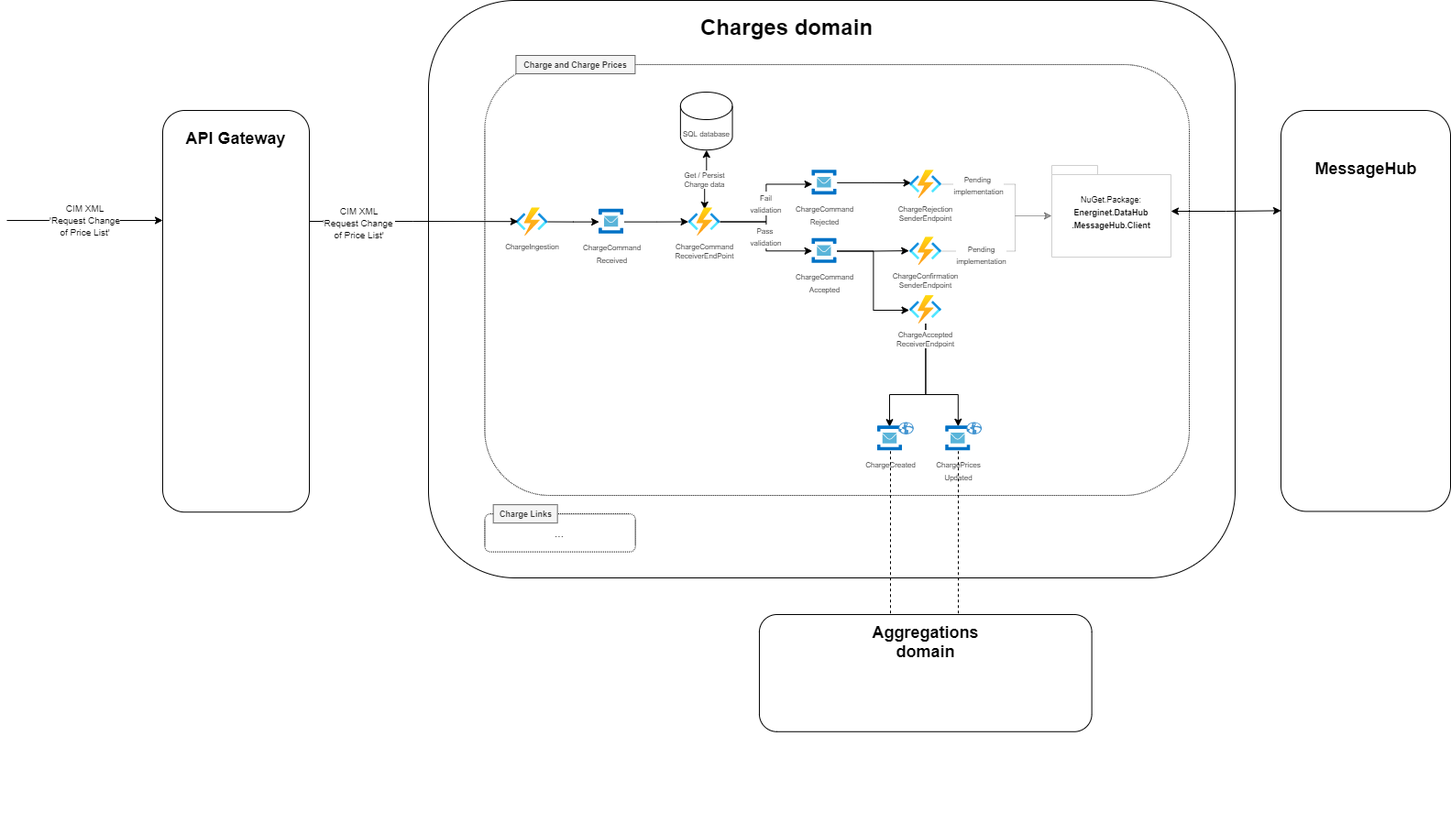
Before: ARCHITECTURE-ChargeAndChargePrices.png, a diagram exported from draw.io (Energinet-DataHub/ARCHIVED-geh-charges). Source tidied: cells renumbered, new cells last; positions are measured from the earlier drawing's top-left corner, leaving out a move shared by most shapes.
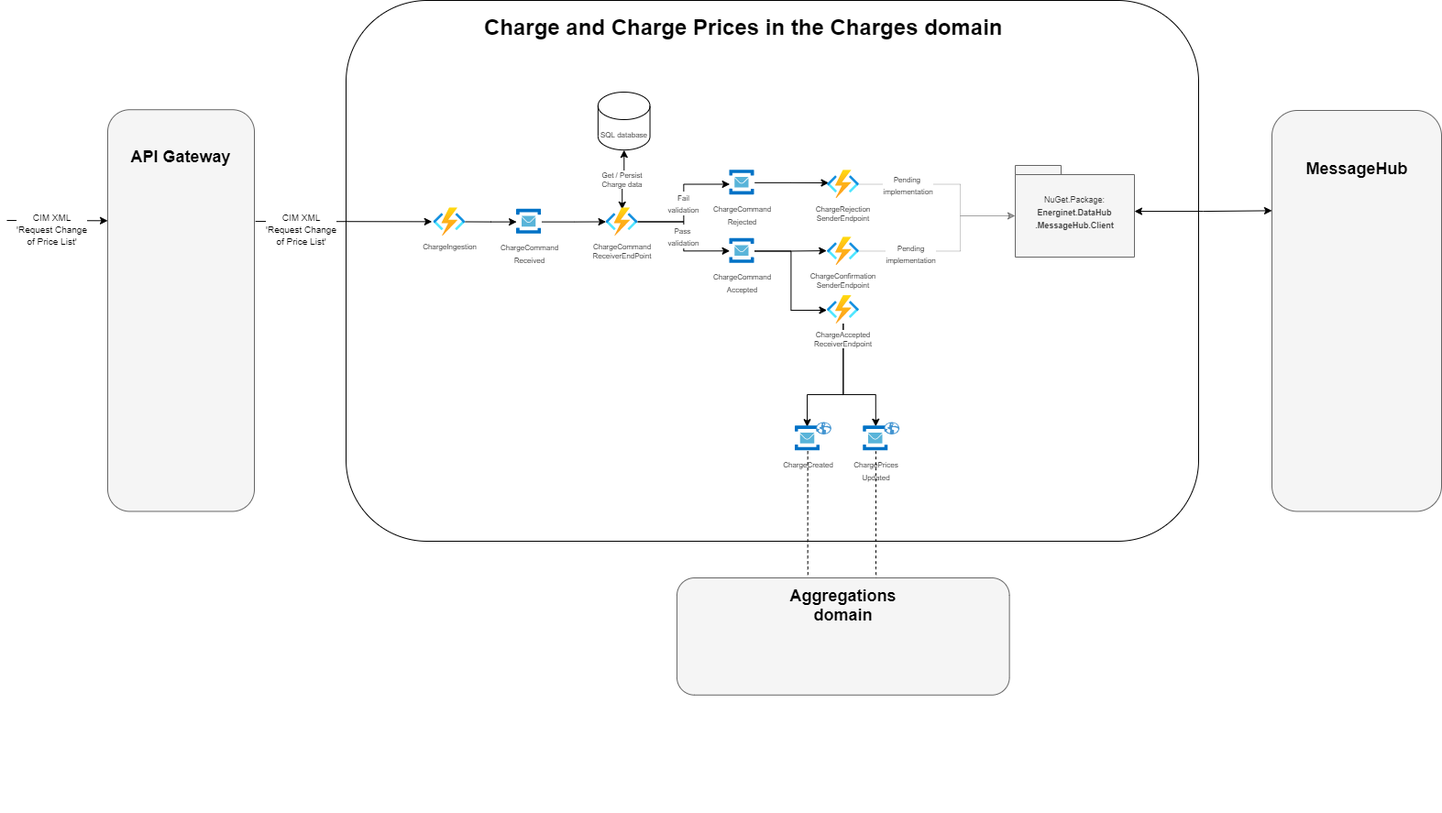
Above is the later version.

Commit message:
Fix: Add missing success reply path in charge link arch diagram (#839)

Besides fixing the missing success-reply path, it includes some graphical changes as well

The edit, as a diff of the source:
```diff
@@ -5,13 +5,10 @@
     <mxCell id="2" style="opacity=50;textOpacity=50;strokeColor=none;" parent="1" vertex="1">
-      <mxGeometry x="440" width="900" height="885.6" as="geometry" />
+      <mxGeometry x="680" y="50" width="960" height="885.6" as="geometry" />
     </mxCell>
     <mxCell id="3" style="rounded=1;whiteSpace=wrap;html=1;" parent="2" vertex="1">
-      <mxGeometry x="20" width="880" height="630" as="geometry" />
+      <mxGeometry x="30" width="930" height="590" as="geometry" />
     </mxCell>
-    <mxCell id="4" value="&lt;h1&gt;Charges domain&lt;br&gt;&lt;/h1&gt;" style="text;html=1;strokeColor=none;fillColor=none;spacing=5;spacingTop=-20;whiteSpace=wrap;overflow=hidden;rounded=0;dashed=1;" parent="2" vertex="1">
-      <mxGeometry x="311.7" y="10" width="226.7" height="36.5" as="geometry" />
+    <mxCell id="4" value="&lt;h1&gt;Charge and Charge Prices in the Charges domain&lt;br&gt;&lt;/h1&gt;" style="text;html=1;strokeColor=none;fillColor=none;spacing=5;spacingTop=-20;whiteSpace=wrap;overflow=hidden;rounded=0;dashed=1;" parent="2" vertex="1">
+      <mxGeometry x="175.7" y="10" width="600" height="36.5" as="geometry" />
     </mxCell>
-    <mxCell id="5" style="rounded=1;whiteSpace=wrap;html=1;dashed=1;dashPattern=1 1;align=center;" parent="2" vertex="1">
-      <mxGeometry x="81.4" y="70" width="768.6" height="470" as="geometry" />
-    </mxCell>
     <mxCell id="6" style="edgeStyle=orthogonalEdgeStyle;rounded=0;jettySize=auto;html=1;fontSize=9;startArrow=classic;startFill=1;endArrow=none;endFill=0;" parent="2" edge="1" source="8" target="9">
@@ -23,6 +20,6 @@
     <mxCell id="8" value="&lt;font style=&quot;font-size: 8px&quot;&gt;ChargeCommand&lt;br&gt;Received&lt;/font&gt;" style="html=1;points=[];align=center;image;fontSize=12;image=img/lib/mscae/Service_Bus.svg;" parent="2" vertex="1">
-      <mxGeometry x="206.1" y="227.9" width="27.4" height="27.4" as="geometry" />
+      <mxGeometry x="216.1" y="227.9" width="27.4" height="27.4" as="geometry" />
     </mxCell>
     <mxCell id="9" value="&lt;font style=&quot;font-size: 8px&quot;&gt;ChargeIngestion&lt;/font&gt;" style="html=1;points=[];align=center;image;fontSize=9;image=img/lib/azure2/compute/Function_Apps.svg;labelPosition=center;verticalLabelPosition=bottom;verticalAlign=top;" parent="2" vertex="1">
-      <mxGeometry x="115.4" y="226.2" width="34.7" height="30.6" as="geometry" />
+      <mxGeometry x="125.4" y="226.2" width="34.7" height="30.6" as="geometry" />
     </mxCell>
@@ -38,3 +35,3 @@
     <mxCell id="13" value="&lt;font style=&quot;font-size: 8px&quot;&gt;ChargeCommand&lt;br&gt;ReceiverEndPoint&lt;br&gt;&lt;/font&gt;" style="html=1;points=[];align=center;image;fontSize=9;image=img/lib/azure2/compute/Function_Apps.svg;labelPosition=center;verticalLabelPosition=bottom;verticalAlign=top;" parent="2" vertex="1">
-      <mxGeometry x="303.6" y="226.2" width="34.7" height="30.6" as="geometry" />
+      <mxGeometry x="313.6" y="226.2" width="34.7" height="30.6" as="geometry" />
     </mxCell>
@@ -44,3 +41,3 @@
     <mxCell id="15" value="&lt;font style=&quot;font-size: 8px ; line-height: 100%&quot;&gt;ChargeCommand&lt;br&gt;Rejected&lt;/font&gt;" style="html=1;points=[];align=center;image;fontSize=12;image=img/lib/mscae/Service_Bus.svg;" parent="2" vertex="1">
-      <mxGeometry x="438.4" y="185.2" width="27.4" height="27.4" as="geometry" />
+      <mxGeometry x="448.4" y="185.2" width="27.4" height="27.4" as="geometry" />
     </mxCell>
@@ -53,9 +50,9 @@
     <mxCell id="18" value="&lt;font style=&quot;font-size: 8px ; line-height: 100%&quot;&gt;ChargeCommand&lt;br&gt;Accepted&lt;/font&gt;" style="html=1;points=[];align=center;image;fontSize=12;image=img/lib/mscae/Service_Bus.svg;" parent="2" vertex="1">
-      <mxGeometry x="438.4" y="259.8" width="27.4" height="27.4" as="geometry" />
+      <mxGeometry x="448.4" y="259.8" width="27.4" height="27.4" as="geometry" />
     </mxCell>
     <mxCell id="19" value="&lt;font style=&quot;font-size: 8px&quot;&gt;ChargeConfirmation&lt;br&gt;SenderEndpoint&lt;br&gt;&lt;/font&gt;" style="html=1;points=[];align=center;image;fontSize=9;image=img/lib/azure2/compute/Function_Apps.svg;labelPosition=center;verticalLabelPosition=bottom;verticalAlign=top;" parent="2" vertex="1">
-      <mxGeometry x="545" y="258.2" width="34.7" height="30.6" as="geometry" />
+      <mxGeometry x="555" y="258.2" width="34.7" height="30.6" as="geometry" />
     </mxCell>
     <mxCell id="20" value="&lt;font style=&quot;font-size: 8px&quot;&gt;ChargeRejection&lt;br&gt;SenderEndpoint&lt;br&gt;&lt;/font&gt;" style="html=1;points=[];align=center;image;fontSize=9;image=img/lib/azure2/compute/Function_Apps.svg;labelPosition=center;verticalLabelPosition=bottom;verticalAlign=top;" parent="2" vertex="1">
-      <mxGeometry x="545" y="185.2" width="34.7" height="30.6" as="geometry" />
+      <mxGeometry x="555" y="185.2" width="34.7" height="30.6" as="geometry" />
     </mxCell>
@@ -64,4 +61,4 @@
         <Array as="points">
-          <mxPoint x="562" y="430" />
-          <mxPoint x="598" y="430" />
+          <mxPoint x="572" y="430" />
+          <mxPoint x="608" y="430" />
         </Array>
@@ -72,4 +69,4 @@
         <Array as="points">
-          <mxPoint x="562" y="430" />
-          <mxPoint x="523" y="430" />
+          <mxPoint x="572" y="430" />
+          <mxPoint x="533" y="430" />
         </Array>
@@ -78,21 +75,9 @@
     <mxCell id="23" value="&lt;font style=&quot;font-size: 8px&quot;&gt;ChargeAccepted&lt;br&gt;ReceiverEndpoint&lt;br&gt;&lt;/font&gt;" style="html=1;points=[];align=center;image;fontSize=9;image=img/lib/azure2/compute/Function_Apps.svg;labelPosition=center;verticalLabelPosition=bottom;verticalAlign=top;" parent="2" vertex="1">
-      <mxGeometry x="545" y="322.1" width="34.7" height="30.6" as="geometry" />
+      <mxGeometry x="555" y="322.1" width="34.7" height="30.6" as="geometry" />
     </mxCell>
-    <mxCell id="24" value="Charge and Charge Prices" style="text;html=1;align=center;verticalAlign=middle;strokeColor=#666666;fillColor=#f5f5f5;fontStyle=1;fontSize=9;fontColor=#333333;" parent="2" vertex="1">
-      <mxGeometry x="115.4" y="60" width="130" height="20" as="geometry" />
-    </mxCell>
     <mxCell id="25" value="&lt;font style=&quot;font-size: 8px&quot;&gt;SQL database&lt;/font&gt;" style="shape=cylinder3;whiteSpace=wrap;html=1;boundedLbl=1;backgroundOutline=1;size=15;" parent="2" vertex="1">
-      <mxGeometry x="294.9" y="100" width="56.7" height="63.2" as="geometry" />
+      <mxGeometry x="304.9" y="100" width="56.7" height="63.2" as="geometry" />
     </mxCell>
-    <mxCell id="26" style="group;" parent="2" vertex="1">
-      <mxGeometry x="81.4" y="550.1" width="164.3" height="51.5" as="geometry" />
-    </mxCell>
-    <mxCell id="27" value="..." style="rounded=1;whiteSpace=wrap;html=1;dashed=1;dashPattern=1 1;align=center;" parent="26" vertex="1">
-      <mxGeometry y="10" width="164.3" height="41.5" as="geometry" />
-    </mxCell>
-    <mxCell id="28" value="Charge Links" style="text;html=1;align=center;verticalAlign=middle;strokeColor=#666666;fillColor=#f5f5f5;fontStyle=1;fontSize=9;fontColor=#333333;" parent="26" vertex="1">
-      <mxGeometry x="9.2" width="70" height="20" as="geometry" />
-    </mxCell>
     <mxCell id="29" style="group;align=center;" parent="2" vertex="1">
-      <mxGeometry x="510" y="460" width="39.4" height="31.7" as="geometry" />
+      <mxGeometry x="520" y="460" width="39.4" height="31.7" as="geometry" />
     </mxCell>
@@ -105,3 +90,3 @@
     <mxCell id="32" style="group;" parent="2" vertex="1">
-      <mxGeometry x="584.3" y="460" width="39.4" height="31.7" as="geometry" />
+      <mxGeometry x="594.3" y="460" width="39.4" height="31.7" as="geometry" />
     </mxCell>
@@ -113,4 +98,4 @@
     </mxCell>
-    <mxCell id="35" value="&lt;font style=&quot;font-size: 9px&quot;&gt;NuGet.Package:&lt;br&gt;&lt;b&gt;Energinet.DataHub&lt;br&gt;.MessageHub.Client&lt;/b&gt;&lt;/font&gt;" style="shape=folder;tabWidth=50;tabHeight=10;tabPosition=left;strokeWidth=1;html=1;whiteSpace=wrap;align=center;strokeColor=#CFCFCF;" parent="2" vertex="1">
-      <mxGeometry x="700" y="180" width="130" height="100" as="geometry" />
+    <mxCell id="35" value="&lt;font style=&quot;font-size: 9px&quot;&gt;NuGet.Package:&lt;br&gt;&lt;b&gt;Energinet.DataHub&lt;br&gt;.MessageHub.Client&lt;/b&gt;&lt;/font&gt;" style="shape=folder;tabWidth=50;tabHeight=10;tabPosition=left;strokeWidth=1;html=1;whiteSpace=wrap;align=center;strokeColor=#666666;fillColor=#f5f5f5;fontColor=#333333;" parent="2" vertex="1">
+      <mxGeometry x="760" y="180" width="130" height="100" as="geometry" />
     </mxCell>
@@ -119,4 +104,4 @@
         <Array as="points">
-          <mxPoint x="660" y="274" />
-          <mxPoint x="660" y="235" />
+          <mxPoint x="700" y="273" />
+          <mxPoint x="700" y="235" />
         </Array>
@@ -127,4 +112,4 @@
         <Array as="points">
-          <mxPoint x="660" y="201" />
-          <mxPoint x="660" y="235" />
+          <mxPoint x="700" y="201" />
+          <mxPoint x="700" y="235" />
         </Array>
@@ -133,5 +118,5 @@
     <mxCell id="38" style="group;" parent="2" vertex="1">
-      <mxGeometry x="381" y="670" width="362.7" height="127.8" as="geometry" />
+      <mxGeometry x="391" y="630" width="362.7" height="127.8" as="geometry" />
     </mxCell>
-    <mxCell id="39" style="rounded=1;whiteSpace=wrap;html=1;" parent="38" vertex="1">
+    <mxCell id="39" style="rounded=1;whiteSpace=wrap;html=1;fillColor=#f5f5f5;strokeColor=#666666;fontColor=#333333;" parent="38" vertex="1">
       <mxGeometry width="362.7" height="127.8" as="geometry" />
@@ -141,28 +126,31 @@
     </mxCell>
+    <mxCell id="51" style="edgeStyle=orthogonalEdgeStyle;rounded=0;jettySize=auto;html=1;dashed=1;endArrow=none;endFill=0;entryX=0.599;entryY=0;entryDx=0;entryDy=0;entryPerimeter=0;" parent="2" edge="1" source="33" target="39">
+      <mxGeometry relative="1" as="geometry">
+        <Array as="points">
+          <mxPoint x="608" y="620" />
+          <mxPoint x="608" y="620" />
+        </Array>
+      </mxGeometry>
+    </mxCell>
+    <mxCell id="50" style="edgeStyle=orthogonalEdgeStyle;rounded=0;jettySize=auto;html=1;dashed=1;endArrow=none;endFill=0;entryX=0.394;entryY=-0.011;entryDx=0;entryDy=0;entryPerimeter=0;" parent="2" edge="1" source="30" target="39">
+      <mxGeometry relative="1" as="geometry">
+        <Array as="points">
+          <mxPoint x="534" y="610" />
+          <mxPoint x="534" y="629" />
+        </Array>
+      </mxGeometry>
+    </mxCell>
-    <mxCell id="41" style="rounded=1;whiteSpace=wrap;html=1;" parent="1" vertex="1">
-      <mxGeometry x="170" y="120" width="160" height="438.2" as="geometry" />
+    <mxCell id="41" style="rounded=1;whiteSpace=wrap;html=1;fillColor=#f5f5f5;strokeColor=#666666;fontColor=#333333;" parent="1" vertex="1">
+      <mxGeometry x="450" y="169.2" width="160" height="438.2" as="geometry" />
     </mxCell>
     <mxCell id="42" value="&lt;b&gt;&lt;font style=&quot;font-size: 18px&quot;&gt;API Gateway&lt;/font&gt;&lt;/b&gt;" style="text;html=1;strokeColor=none;fillColor=none;align=center;verticalAlign=middle;whiteSpace=wrap;rounded=0;" parent="1" vertex="1">
-      <mxGeometry x="175" y="140" width="150" height="22.6" as="geometry" />
+      <mxGeometry x="455" y="210" width="150" height="22.6" as="geometry" />
     </mxCell>
-    <mxCell id="43" value="&lt;span style=&quot;font-size: x-small&quot;&gt;CIM XML&lt;/span&gt;&lt;br style=&quot;font-size: x-small&quot;&gt;&lt;span style=&quot;font-size: x-small&quot;&gt;'Request Change&lt;/span&gt;&lt;br style=&quot;font-size: x-small&quot;&gt;&lt;span style=&quot;font-size: x-small&quot;&gt;of Price List'&lt;/span&gt;" style="endArrow=classic;html=1;" parent="1" edge="1">
-      <mxGeometry relative="1" as="geometry">
-        <mxPoint y="240" as="sourcePoint" />
-        <mxPoint x="170" y="240" as="targetPoint" />
-      </mxGeometry>
+    <mxCell id="43" value="&lt;span style=&quot;font-size: x-small&quot;&gt;CIM XML&lt;/span&gt;&lt;br style=&quot;font-size: x-small&quot;&gt;&lt;span style=&quot;font-size: x-small&quot;&gt;'Request Change&lt;/span&gt;&lt;br style=&quot;font-size: x-small&quot;&gt;&lt;span style=&quot;font-size: x-small&quot;&gt;of Price List'&lt;/span&gt;" style="endArrow=classic;html=1;entryX=-0.048;entryY=0.494;entryDx=0;entryDy=0;entryPerimeter=0;exitX=1.007;exitY=0.278;exitDx=0;exitDy=0;exitPerimeter=0;" parent="1" edge="1" source="41" target="9">
+      <mxGeometry x="-0.49" y="-9" relative="1" as="geometry" />
     </mxCell>
-    <mxCell id="44" style="edgeStyle=orthogonalEdgeStyle;rounded=0;jettySize=auto;html=1;entryX=0.068;entryY=0.489;entryDx=0;entryDy=0;entryPerimeter=0;" parent="1" edge="1" target="9">
-      <mxGeometry relative="1" as="geometry">
-        <mxPoint x="330" y="241" as="sourcePoint" />
-      </mxGeometry>
-    </mxCell>
-    <mxCell id="45" value="&lt;font size=&quot;1&quot;&gt;CIM XML&lt;br&gt;'Request Change &lt;br&gt;of Price List'&lt;br&gt;&lt;/font&gt;" style="edgeLabel;html=1;align=center;verticalAlign=middle;" parent="44" vertex="1">
-      <mxGeometry x="-0.54" y="-2" relative="1" as="geometry">
-        <mxPoint x="1" y="-1" as="offset" />
-      </mxGeometry>
-    </mxCell>
     <mxCell id="46" style="group;" parent="1" vertex="1">
-      <mxGeometry x="1390" y="120" width="185" height="437.4" as="geometry" />
+      <mxGeometry x="1720" y="170" width="185" height="437.4" as="geometry" />
     </mxCell>
-    <mxCell id="47" style="rounded=1;whiteSpace=wrap;html=1;" parent="46" vertex="1">
+    <mxCell id="47" style="rounded=1;whiteSpace=wrap;html=1;fillColor=#f5f5f5;strokeColor=#666666;fontColor=#333333;" parent="46" vertex="1">
       <mxGeometry width="185" height="437.4" as="geometry" />
@@ -175,18 +163,8 @@
     </mxCell>
-    <mxCell id="50" style="edgeStyle=orthogonalEdgeStyle;rounded=0;jettySize=auto;html=1;dashed=1;endArrow=none;endFill=0;" parent="1" edge="1" source="30">
-      <mxGeometry relative="1" as="geometry">
-        <mxPoint x="964" y="670" as="targetPoint" />
-        <Array as="points">
-          <mxPoint x="964" y="670" />
-        </Array>
-      </mxGeometry>
-    </mxCell>
-    <mxCell id="51" style="edgeStyle=orthogonalEdgeStyle;rounded=0;jettySize=auto;html=1;dashed=1;endArrow=none;endFill=0;" parent="1" edge="1" source="33">
-      <mxGeometry relative="1" as="geometry">
-        <mxPoint x="1038" y="670" as="targetPoint" />
-        <Array as="points">
-          <mxPoint x="1038" y="670" />
-        </Array>
-      </mxGeometry>
-    </mxCell>
+    <mxCell id="45" value="&lt;span style=&quot;font-size: x-small&quot;&gt;CIM XML&lt;/span&gt;&lt;br style=&quot;font-size: x-small&quot;&gt;&lt;span style=&quot;font-size: x-small&quot;&gt;'Request Change&lt;/span&gt;&lt;br style=&quot;font-size: x-small&quot;&gt;&lt;span style=&quot;font-size: x-small&quot;&gt;of Price List'&lt;/span&gt;" style="endArrow=classic;html=1;entryX=-0.048;entryY=0.494;entryDx=0;entryDy=0;entryPerimeter=0;" parent="1" edge="1">
+      <mxGeometry x="-0.11" y="-10" relative="1" as="geometry">
+        <mxPoint x="340" y="290" as="sourcePoint" />
+        <mxPoint x="450" y="290.3" as="targetPoint" />
+      </mxGeometry>
+    </mxCell>
   </root>
```
